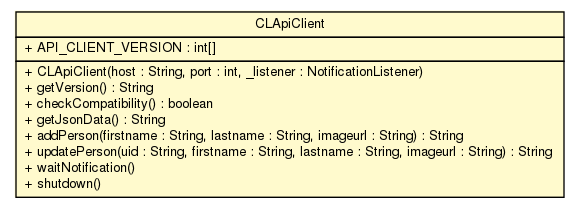
Above: javadoc/clapi/com/clapi/client/CLApiClient.png in ericpinet/ConnectLife (Graphviz), before the change. Its source is kept beside it as javadoc/clapi/com/clapi/client/CLApiClient.dot.
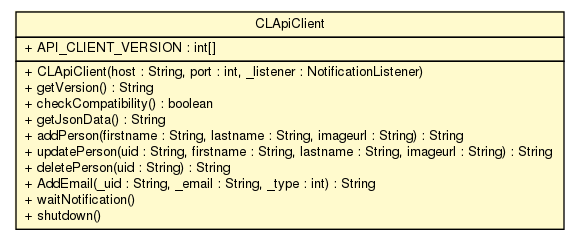
After the change.

Change to the diagram source:
```diff
@@ -18,6 +18,8 @@
 <tr><td align="left" balign="left"> + getJsonData() : String </td></tr>
 <tr><td align="left" balign="left"> + addPerson(firstname : String, lastname : String, imageurl : String) : String </td></tr>
 <tr><td align="left" balign="left"> + updatePerson(uid : String, firstname : String, lastname : String, imageurl : String) : String </td></tr>
+<tr><td align="left" balign="left"> + deletePerson(uid : String) : String </td></tr>
+<tr><td align="left" balign="left"> + AddEmail(_uid : String, _email : String, _type : int) : String </td></tr>
 <tr><td align="left" balign="left"> + waitNotification() </td></tr>
 <tr><td align="left" balign="left"> + shutdown() </td></tr>
 		</table></td></tr>
```
